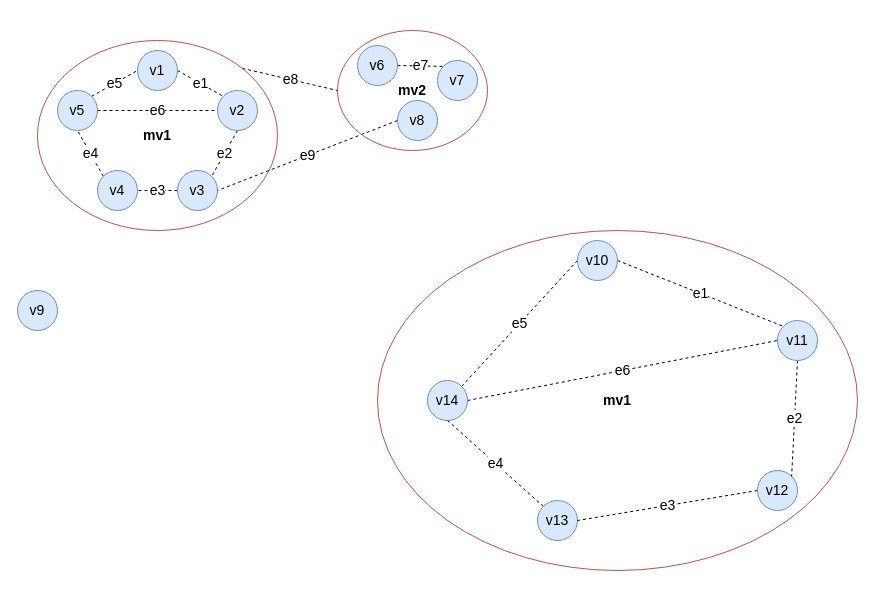
This is Big metagraph.drawio from DMfananddu/MAG_Diploma, a draw.io file, before an edit. Source tidied: cells renumbered, new cells numbered last; positions are measured from the earlier drawing's top-left corner, leaving out a move shared by most shapes. Both pictures are drawn from the tidied source at 100%, with x=0, y=0 at pixel (17, 30).
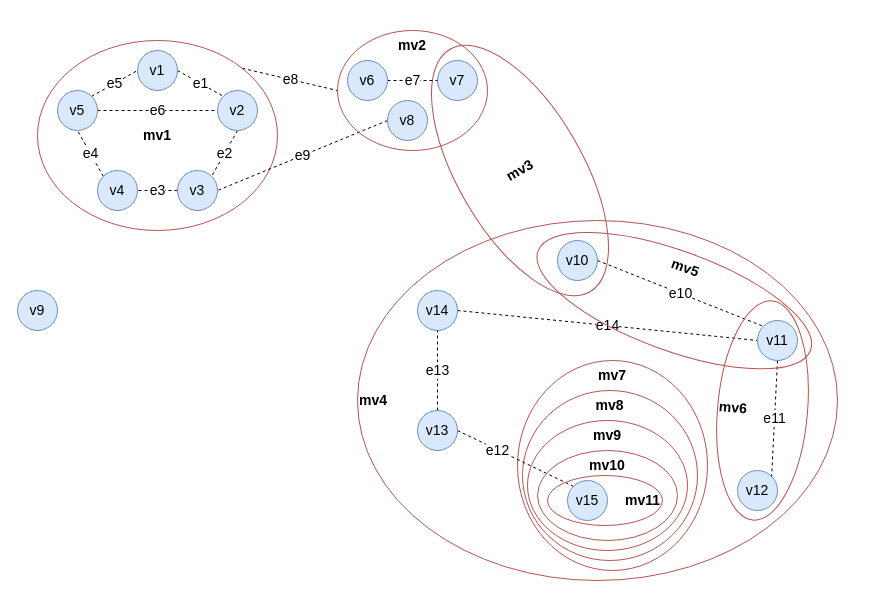
The same page after the edit.

The change refers to these unchanged cells:
```xml
<mxCell id="18" value="v7" style="ellipse;whiteSpace=wrap;html=1;fillColor=#dae8fc;strokeColor=#6c8ebf;fontSize=14;" parent="1" vertex="1">
  <mxGeometry x="420" y="30" width="40" height="40" as="geometry" />
</mxCell>
```

What changed in the source:
```diff
@@
+    <mxCell id="22" value="mv4" style="ellipse;whiteSpace=wrap;html=1;fillColor=none;strokeColor=#b85450;fontSize=14;fontStyle=1;align=left;" parent="1" vertex="1">
+      <mxGeometry x="340" y="190" width="480" height="360" as="geometry" />
+    </mxCell>
+    <mxCell id="34" value="mv7" style="ellipse;whiteSpace=wrap;html=1;fontSize=14;strokeColor=#b85450;strokeWidth=1;fillColor=none;fontStyle=1;rotation=0;verticalAlign=top;align=center;" parent="1" vertex="1">
+      <mxGeometry x="500" y="330" width="190" height="210" as="geometry" />
+    </mxCell>
+    <mxCell id="35" value="mv8" style="ellipse;whiteSpace=wrap;html=1;fontSize=14;strokeColor=#b85450;strokeWidth=1;fillColor=none;fontStyle=1;rotation=0;verticalAlign=top;align=center;" parent="1" vertex="1">
+      <mxGeometry x="505" y="360" width="175" height="170" as="geometry" />
+    </mxCell>
+    <mxCell id="36" value="mv3" style="ellipse;whiteSpace=wrap;html=1;fillColor=none;strokeColor=#b85450;fontSize=14;fontStyle=1;rotation=-30;" parent="1" vertex="1">
+      <mxGeometry x="440" width="125" height="280" as="geometry" />
+    </mxCell>
@@
-    <mxCell id="16" value="mv2" style="ellipse;whiteSpace=wrap;html=1;fillColor=none;strokeColor=#b85450;fontSize=14;fontStyle=1;" parent="1" vertex="1">
+    <mxCell id="16" value="mv2" style="ellipse;whiteSpace=wrap;html=1;fillColor=none;strokeColor=#b85450;fontSize=14;fontStyle=1;verticalAlign=top;" parent="1" vertex="1">
       <mxGeometry x="320" width="150" height="120" as="geometry" />
     </mxCell>
     <mxCell id="17" value="v8" style="ellipse;whiteSpace=wrap;html=1;fillColor=#dae8fc;strokeColor=#6c8ebf;fontSize=14;" parent="1" vertex="1">
-      <mxGeometry x="380" y="70" width="40" height="40" as="geometry" />
+      <mxGeometry x="370" y="70" width="40" height="40" as="geometry" />
     </mxCell>
@@
-    <mxCell id="19" value="e7" style="rounded=0;jettySize=auto;html=1;exitX=1;exitY=0.5;exitDx=0;exitDy=0;entryX=0;entryY=0;entryDx=0;entryDy=0;dashed=1;endArrow=none;endFill=0;fontSize=14;" parent="1" edge="1" source="20" target="18">
+    <mxCell id="19" value="e7" style="rounded=0;jettySize=auto;html=1;exitX=1;exitY=0.5;exitDx=0;exitDy=0;entryX=0;entryY=0.5;entryDx=0;entryDy=0;dashed=1;endArrow=none;endFill=0;fontSize=14;" parent="1" edge="1" source="20" target="18">
       <mxGeometry relative="1" as="geometry" />
     </mxCell>
     <mxCell id="20" value="v6" style="ellipse;whiteSpace=wrap;html=1;fillColor=#dae8fc;strokeColor=#6c8ebf;fontSize=14;" parent="1" vertex="1">
-      <mxGeometry x="340" y="15" width="40" height="40" as="geometry" />
+      <mxGeometry x="330" y="30" width="40" height="40" as="geometry" />
     </mxCell>
@@
-    <mxCell id="22" value="mv1" style="ellipse;whiteSpace=wrap;html=1;fillColor=none;strokeColor=#b85450;fontSize=14;fontStyle=1;" parent="1" vertex="1">
-      <mxGeometry x="360" y="200" width="480" height="340" as="geometry" />
-    </mxCell>
-    <mxCell id="23" value="e5" style="edgeStyle=none;rounded=0;jettySize=auto;html=1;exitX=1;exitY=0;exitDx=0;exitDy=0;entryX=0;entryY=0.5;entryDx=0;entryDy=0;dashed=1;fontSize=14;endArrow=none;endFill=0;" parent="1" edge="1" source="25" target="33">
-      <mxGeometry relative="1" as="geometry" />
-    </mxCell>
-    <mxCell id="24" value="e6" style="edgeStyle=none;rounded=0;jettySize=auto;html=1;exitX=1;exitY=0.5;exitDx=0;exitDy=0;entryX=0;entryY=0.5;entryDx=0;entryDy=0;dashed=1;fontSize=14;endArrow=none;endFill=0;" parent="1" edge="1" source="25" target="31">
+    <mxCell id="24" value="e14" style="edgeStyle=none;rounded=0;jettySize=auto;html=1;exitX=1;exitY=0.5;exitDx=0;exitDy=0;entryX=0;entryY=0.5;entryDx=0;entryDy=0;dashed=1;fontSize=14;endArrow=none;endFill=0;" parent="1" edge="1" source="25" target="31">
       <mxGeometry relative="1" as="geometry" />
     </mxCell>
     <mxCell id="25" value="v14" style="ellipse;whiteSpace=wrap;html=1;fillColor=#dae8fc;strokeColor=#6c8ebf;fontSize=14;" parent="1" vertex="1">
-      <mxGeometry x="410" y="350" width="40" height="40" as="geometry" />
+      <mxGeometry x="400" y="260" width="40" height="40" as="geometry" />
     </mxCell>
-    <mxCell id="26" value="e4" style="edgeStyle=none;rounded=0;jettySize=auto;html=1;exitX=0;exitY=0;exitDx=0;exitDy=0;entryX=0.5;entryY=1;entryDx=0;entryDy=0;dashed=1;fontSize=14;endArrow=none;endFill=0;" parent="1" edge="1" source="27" target="25">
+    <mxCell id="26" value="e13" style="edgeStyle=none;rounded=0;jettySize=auto;html=1;exitX=0.5;exitY=0;exitDx=0;exitDy=0;entryX=0.5;entryY=1;entryDx=0;entryDy=0;dashed=1;fontSize=14;endArrow=none;endFill=0;" parent="1" edge="1" source="27" target="25">
       <mxGeometry relative="1" as="geometry" />
     </mxCell>
+    <mxCell id="37" value="e12" style="edgeStyle=none;rounded=0;jettySize=auto;html=1;exitX=1;exitY=0.5;exitDx=0;exitDy=0;entryX=0;entryY=0;entryDx=0;entryDy=0;dashed=1;fontSize=14;endArrow=none;endFill=0;" parent="1" edge="1" source="27" target="43">
+      <mxGeometry x="-0.3" y="-1" relative="1" as="geometry" />
+    </mxCell>
     <mxCell id="27" value="v13" style="ellipse;whiteSpace=wrap;html=1;fillColor=#dae8fc;strokeColor=#6c8ebf;fontSize=14;" parent="1" vertex="1">
-      <mxGeometry x="520" y="470" width="40" height="40" as="geometry" />
+      <mxGeometry x="400" y="380" width="40" height="40" as="geometry" />
     </mxCell>
-    <mxCell id="28" value="e3" style="edgeStyle=none;rounded=0;jettySize=auto;html=1;exitX=0;exitY=0.5;exitDx=0;exitDy=0;entryX=1;entryY=0.5;entryDx=0;entryDy=0;dashed=1;fontSize=14;endArrow=none;endFill=0;" parent="1" edge="1" source="29" target="27">
-      <mxGeometry relative="1" as="geometry" />
-    </mxCell>
     <mxCell id="29" value="v12" style="ellipse;whiteSpace=wrap;html=1;fillColor=#dae8fc;strokeColor=#6c8ebf;fontSize=14;" parent="1" vertex="1">
-      <mxGeometry x="740" y="440" width="40" height="40" as="geometry" />
+      <mxGeometry x="720" y="440" width="40" height="40" as="geometry" />
     </mxCell>
-    <mxCell id="30" value="e2" style="edgeStyle=none;rounded=0;jettySize=auto;html=1;exitX=0.5;exitY=1;exitDx=0;exitDy=0;entryX=1;entryY=0;entryDx=0;entryDy=0;dashed=1;fontSize=14;endArrow=none;endFill=0;" parent="1" edge="1" source="31" target="29">
+    <mxCell id="30" value="e11" style="edgeStyle=none;rounded=0;jettySize=auto;html=1;exitX=0.5;exitY=1;exitDx=0;exitDy=0;entryX=1;entryY=0;entryDx=0;entryDy=0;dashed=1;fontSize=14;endArrow=none;endFill=0;" parent="1" edge="1" source="31" target="29">
       <mxGeometry relative="1" as="geometry" />
     </mxCell>
     <mxCell id="31" value="v11" style="ellipse;whiteSpace=wrap;html=1;fillColor=#dae8fc;strokeColor=#6c8ebf;fontSize=14;" parent="1" vertex="1">
-      <mxGeometry x="760" y="290" width="40" height="40" as="geometry" />
+      <mxGeometry x="740" y="290" width="40" height="40" as="geometry" />
     </mxCell>
-    <mxCell id="32" value="e1" style="rounded=0;jettySize=auto;html=1;exitX=1;exitY=0.5;exitDx=0;exitDy=0;entryX=0;entryY=0;entryDx=0;entryDy=0;dashed=1;endArrow=none;endFill=0;fontSize=14;" parent="1" edge="1" source="33" target="31">
+    <mxCell id="32" value="e10" style="rounded=0;jettySize=auto;html=1;exitX=1;exitY=0.5;exitDx=0;exitDy=0;entryX=0;entryY=0;entryDx=0;entryDy=0;dashed=1;endArrow=none;endFill=0;fontSize=14;" parent="1" edge="1" source="33" target="31">
       <mxGeometry relative="1" as="geometry" />
     </mxCell>
     <mxCell id="33" value="v10" style="ellipse;whiteSpace=wrap;html=1;fillColor=#dae8fc;strokeColor=#6c8ebf;fontSize=14;" parent="1" vertex="1">
-      <mxGeometry x="560" y="210" width="40" height="40" as="geometry" />
+      <mxGeometry x="540" y="210" width="40" height="40" as="geometry" />
     </mxCell>
+    <mxCell id="38" value="mv5" style="ellipse;whiteSpace=wrap;html=1;fontSize=14;strokeColor=#b85450;strokeWidth=1;fillColor=none;fontStyle=1;rotation=20;verticalAlign=top;" parent="1" vertex="1">
+      <mxGeometry x="511.8" y="220.3" width="290" height="99.7" as="geometry" />
+    </mxCell>
+    <mxCell id="39" value="mv6" style="ellipse;whiteSpace=wrap;html=1;fontSize=14;strokeColor=#b85450;strokeWidth=1;fillColor=none;fontStyle=1;rotation=5;verticalAlign=middle;align=left;" parent="1" vertex="1">
+      <mxGeometry x="700" y="270" width="90" height="220" as="geometry" />
+    </mxCell>
+    <mxCell id="40" value="mv9" style="ellipse;whiteSpace=wrap;html=1;fontSize=14;strokeColor=#b85450;strokeWidth=1;fillColor=none;fontStyle=1;rotation=0;verticalAlign=top;align=center;" parent="1" vertex="1">
+      <mxGeometry x="510" y="390" width="160" height="130" as="geometry" />
+    </mxCell>
+    <mxCell id="41" value="mv10" style="ellipse;whiteSpace=wrap;html=1;fontSize=14;strokeColor=#b85450;strokeWidth=1;fillColor=none;fontStyle=1;rotation=0;verticalAlign=top;align=center;" parent="1" vertex="1">
+      <mxGeometry x="520" y="420" width="140" height="90" as="geometry" />
+    </mxCell>
+    <mxCell id="42" value="mv11" style="ellipse;whiteSpace=wrap;html=1;fontSize=14;strokeColor=#b85450;strokeWidth=1;fillColor=none;fontStyle=1;rotation=0;verticalAlign=middle;align=right;" parent="1" vertex="1">
+      <mxGeometry x="530" y="445" width="115" height="50" as="geometry" />
+    </mxCell>
+    <mxCell id="43" value="v15" style="ellipse;whiteSpace=wrap;html=1;fillColor=#dae8fc;strokeColor=#6c8ebf;fontSize=14;" parent="1" vertex="1">
+      <mxGeometry x="550" y="450" width="40" height="40" as="geometry" />
+    </mxCell>
```
